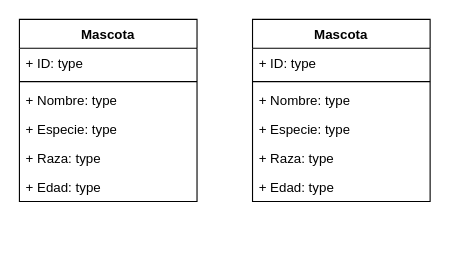
Earlier version of the draw.io diagram Diagrama sin título.drawio (NixieNixi/diagramaClases). Source tidied: cells renumbered, new cells numbered last; positions are measured from the earlier drawing's top-left corner, leaving out a move shared by most shapes. Both pictures are drawn from the tidied source at 111%, with x=0, y=0 at pixel (19, 19).
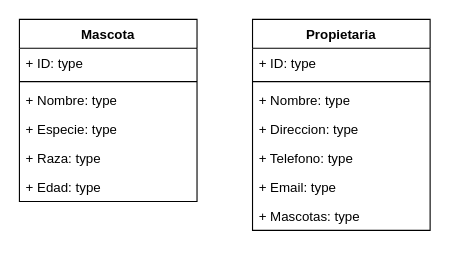
The same diagram, later.

Commit message:
Clases Propietaria

The edit, as a diff of the source:
```diff
@@
 <mxGraphModel>
   <root>
     <mxCell id="0" />
     <mxCell id="1" parent="0" />
     <mxCell id="2" value="Mascota" style="swimlane;fontStyle=1;align=center;verticalAlign=top;horizontal=1;startSize=26;whiteSpace=wrap;html=1;" parent="1" vertex="1">
       <mxGeometry width="160" height="164" as="geometry" />
     </mxCell>
     <mxCell id="3" value="+ ID: type" style="text;strokeColor=none;fillColor=none;align=left;verticalAlign=top;spacingLeft=4;spacingRight=4;overflow=hidden;whiteSpace=wrap;html=1;" parent="2" vertex="1">
       <mxGeometry y="26" width="160" height="26" as="geometry" />
     </mxCell>
     <mxCell id="4" style="line;strokeWidth=1;fillColor=none;align=left;verticalAlign=middle;spacingTop=-1;spacingLeft=3;spacingRight=3;labelPosition=right;strokeColor=inherit;" parent="2" vertex="1">
       <mxGeometry y="52" width="160" height="8" as="geometry" />
     </mxCell>
     <mxCell id="5" value="+ Nombre: type" style="text;strokeColor=none;fillColor=none;align=left;verticalAlign=top;spacingLeft=4;spacingRight=4;overflow=hidden;whiteSpace=wrap;html=1;" parent="2" vertex="1">
       <mxGeometry y="60" width="160" height="26" as="geometry" />
     </mxCell>
     <mxCell id="6" value="+ Especie: type" style="text;strokeColor=none;fillColor=none;align=left;verticalAlign=top;spacingLeft=4;spacingRight=4;overflow=hidden;whiteSpace=wrap;html=1;" parent="2" vertex="1">
       <mxGeometry y="86" width="160" height="26" as="geometry" />
     </mxCell>
     <mxCell id="7" value="+ Raza: type" style="text;strokeColor=none;fillColor=none;align=left;verticalAlign=top;spacingLeft=4;spacingRight=4;overflow=hidden;whiteSpace=wrap;html=1;" parent="2" vertex="1">
       <mxGeometry y="112" width="160" height="26" as="geometry" />
     </mxCell>
     <mxCell id="8" value="+ Edad: type" style="text;strokeColor=none;fillColor=none;align=left;verticalAlign=top;spacingLeft=4;spacingRight=4;overflow=hidden;whiteSpace=wrap;html=1;" parent="2" vertex="1">
       <mxGeometry y="138" width="160" height="26" as="geometry" />
     </mxCell>
-    <mxCell id="9" value="Mascota" style="swimlane;fontStyle=1;align=center;verticalAlign=top;horizontal=1;startSize=26;whiteSpace=wrap;html=1;" parent="1" vertex="1">
-      <mxGeometry x="210" width="160" height="164" as="geometry" />
+    <mxCell id="9" value="Propietaria" style="swimlane;fontStyle=1;align=center;verticalAlign=top;horizontal=1;startSize=26;whiteSpace=wrap;html=1;" parent="1" vertex="1">
+      <mxGeometry x="210" width="160" height="190" as="geometry" />
     </mxCell>
     <mxCell id="10" value="+ ID: type" style="text;strokeColor=none;fillColor=none;align=left;verticalAlign=top;spacingLeft=4;spacingRight=4;overflow=hidden;whiteSpace=wrap;html=1;" parent="9" vertex="1">
       <mxGeometry y="26" width="160" height="26" as="geometry" />
     </mxCell>
     <mxCell id="11" style="line;strokeWidth=1;fillColor=none;align=left;verticalAlign=middle;spacingTop=-1;spacingLeft=3;spacingRight=3;labelPosition=right;strokeColor=inherit;" parent="9" vertex="1">
       <mxGeometry y="52" width="160" height="8" as="geometry" />
     </mxCell>
     <mxCell id="12" value="+ Nombre: type" style="text;strokeColor=none;fillColor=none;align=left;verticalAlign=top;spacingLeft=4;spacingRight=4;overflow=hidden;whiteSpace=wrap;html=1;" parent="9" vertex="1">
       <mxGeometry y="60" width="160" height="26" as="geometry" />
     </mxCell>
-    <mxCell id="13" value="+ Especie: type" style="text;strokeColor=none;fillColor=none;align=left;verticalAlign=top;spacingLeft=4;spacingRight=4;overflow=hidden;whiteSpace=wrap;html=1;" parent="9" vertex="1">
+    <mxCell id="13" value="+ Direccion&lt;span style=&quot;background-color: initial;&quot;&gt;: type&lt;/span&gt;" style="text;strokeColor=none;fillColor=none;align=left;verticalAlign=top;spacingLeft=4;spacingRight=4;overflow=hidden;whiteSpace=wrap;html=1;" parent="9" vertex="1">
       <mxGeometry y="86" width="160" height="26" as="geometry" />
     </mxCell>
-    <mxCell id="14" value="+ Raza: type" style="text;strokeColor=none;fillColor=none;align=left;verticalAlign=top;spacingLeft=4;spacingRight=4;overflow=hidden;whiteSpace=wrap;html=1;" parent="9" vertex="1">
+    <mxCell id="14" value="+ Telefono&lt;span style=&quot;background-color: initial;&quot;&gt;: type&lt;/span&gt;" style="text;strokeColor=none;fillColor=none;align=left;verticalAlign=top;spacingLeft=4;spacingRight=4;overflow=hidden;whiteSpace=wrap;html=1;" parent="9" vertex="1">
       <mxGeometry y="112" width="160" height="26" as="geometry" />
     </mxCell>
-    <mxCell id="15" value="+ Edad: type" style="text;strokeColor=none;fillColor=none;align=left;verticalAlign=top;spacingLeft=4;spacingRight=4;overflow=hidden;whiteSpace=wrap;html=1;" parent="9" vertex="1">
+    <mxCell id="15" value="+ Email: type" style="text;strokeColor=none;fillColor=none;align=left;verticalAlign=top;spacingLeft=4;spacingRight=4;overflow=hidden;whiteSpace=wrap;html=1;" parent="9" vertex="1">
       <mxGeometry y="138" width="160" height="26" as="geometry" />
     </mxCell>
+    <mxCell id="16" value="+ Mascotas: type" style="text;strokeColor=none;fillColor=none;align=left;verticalAlign=top;spacingLeft=4;spacingRight=4;overflow=hidden;whiteSpace=wrap;html=1;" parent="9" vertex="1">
+      <mxGeometry y="164" width="160" height="26" as="geometry" />
+    </mxCell>
   </root>
 </mxGraphModel>
```
